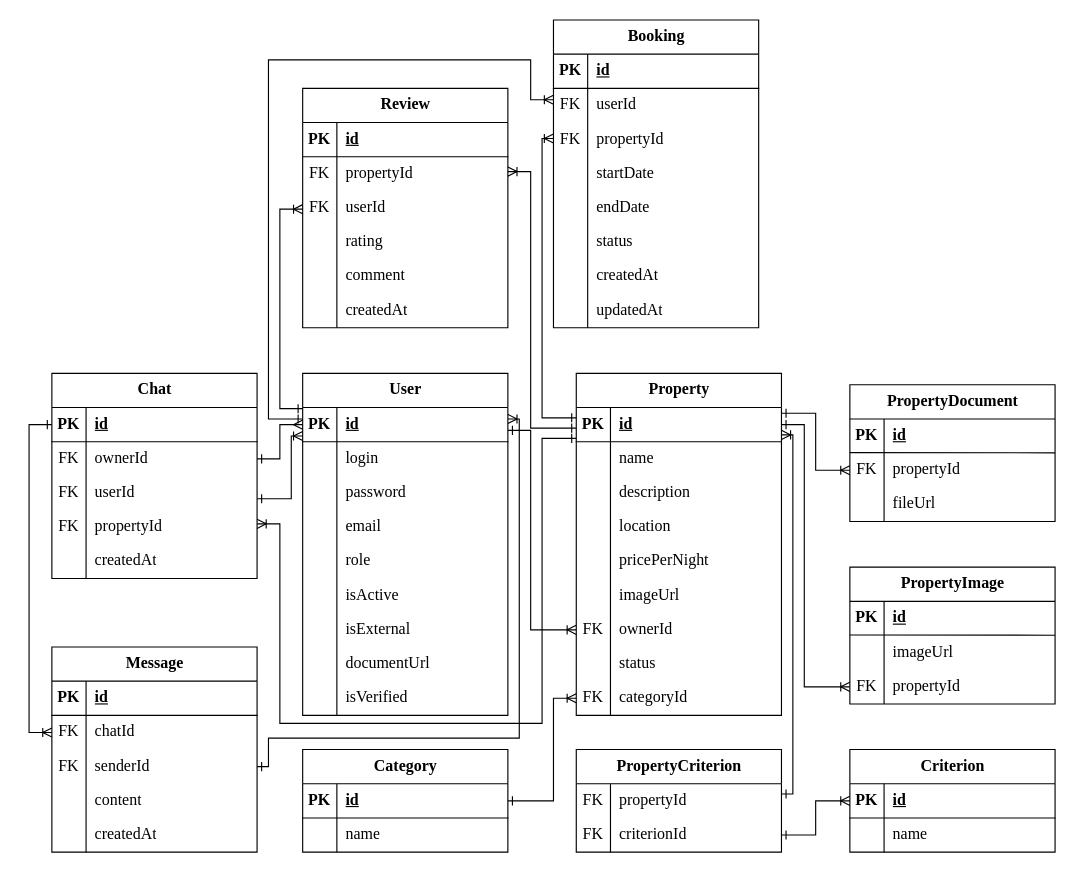
The draw.io diagram KURSACH/бд.drawio in Slnpa/Diplom, before the edit. Source tidied: cells renumbered, new cells numbered last; positions are measured from the earlier drawing's top-left corner, leaving out a move shared by most shapes. Both pictures are drawn from the tidied source at 114%, with x=0, y=0 at pixel (28, 19).
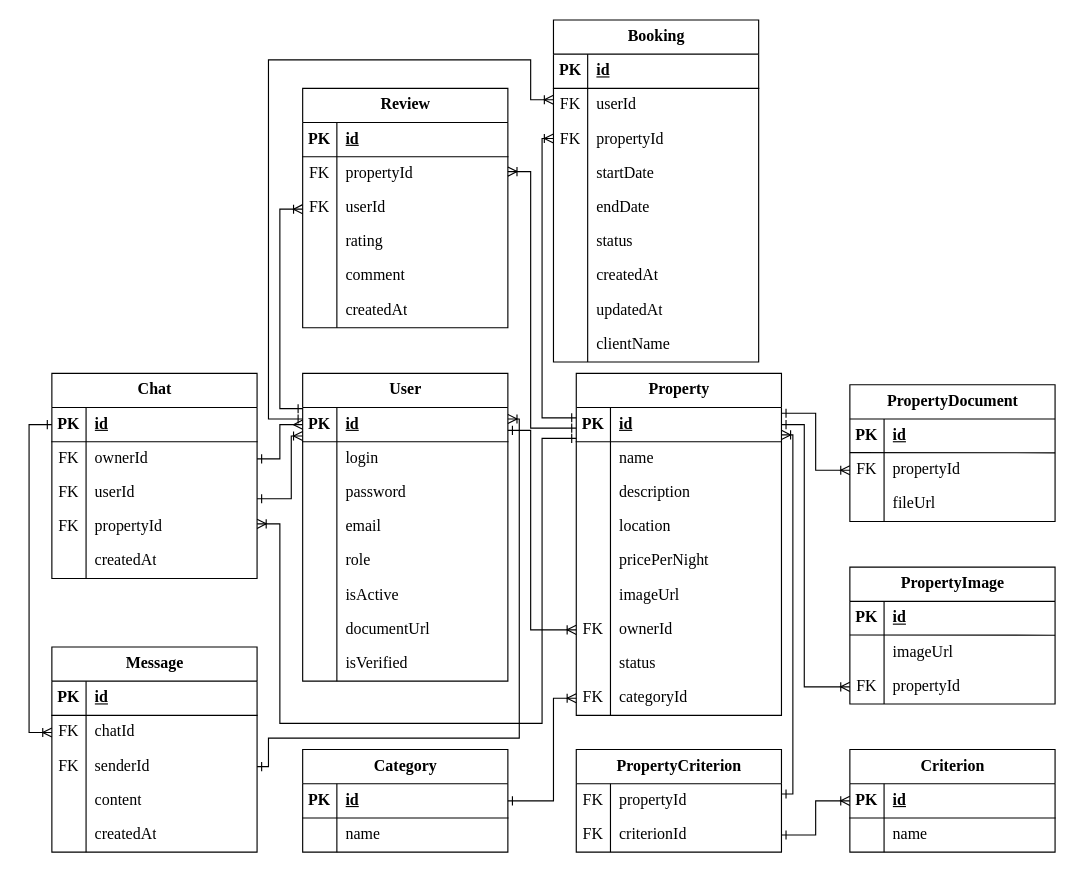
The same diagram, later.

The change refers to these unchanged cells:
```xml
<mxCell id="95" style="shape=tableRow;horizontal=0;startSize=0;swimlaneHead=0;swimlaneBody=0;fillColor=none;top=0;left=0;right=0;bottom=0;strokeColor=default;fontFamily=Times New Roman;fontSize=14;" parent="76" vertex="1">
  <mxGeometry y="210" width="180" height="30" as="geometry" />
</mxCell>
<mxCell id="98" style="shape=tableRow;horizontal=0;startSize=0;swimlaneHead=0;swimlaneBody=0;fillColor=none;top=0;left=0;right=0;bottom=0;strokeColor=default;fontFamily=Times New Roman;fontSize=14;" parent="76" vertex="1">
  <mxGeometry y="240" width="180" height="30" as="geometry" />
</mxCell>
```

Diff of the diagram source:
```diff
@@
     <mxCell id="76" value="User" style="shape=table;startSize=30;childLayout=tableLayout;rowLines=0;fontStyle=1;align=center;html=1;strokeColor=default;fontFamily=Times New Roman;fontSize=14;" parent="1" vertex="1">
-      <mxGeometry x="240" y="310" width="180" height="300" as="geometry" />
+      <mxGeometry x="240" y="310" width="180" height="270" as="geometry" />
     </mxCell>
@@
-    <mxCell id="97" value="isExternal" style="shape=partialRectangle;fillColor=none;top=0;left=0;bottom=0;right=0;align=left;spacingLeft=6;overflow=hidden;whiteSpace=wrap;html=1;strokeColor=default;fontFamily=Times New Roman;fontSize=14;" parent="95" vertex="1">
+    <mxCell id="97" value="documentUrl" style="shape=partialRectangle;fillColor=none;top=0;left=0;bottom=0;right=0;align=left;spacingLeft=6;overflow=hidden;whiteSpace=wrap;html=1;strokeColor=default;fontFamily=Times New Roman;fontSize=14;" parent="95" vertex="1">
       <mxGeometry x="30" width="150" height="30" as="geometry" />
     </mxCell>
@@
-    <mxCell id="100" value="documentUrl" style="shape=partialRectangle;fillColor=none;top=0;left=0;bottom=0;right=0;align=left;spacingLeft=6;overflow=hidden;whiteSpace=wrap;html=1;strokeColor=default;fontFamily=Times New Roman;fontSize=14;" parent="98" vertex="1">
+    <mxCell id="100" value="isVerified" style="shape=partialRectangle;fillColor=none;top=0;left=0;bottom=0;right=0;align=left;spacingLeft=6;overflow=hidden;whiteSpace=wrap;html=1;strokeColor=default;fontFamily=Times New Roman;fontSize=14;" parent="98" vertex="1">
       <mxGeometry x="30" width="150" height="30" as="geometry" />
     </mxCell>
-    <mxCell id="101" style="shape=tableRow;horizontal=0;startSize=0;swimlaneHead=0;swimlaneBody=0;fillColor=none;top=0;left=0;right=0;bottom=0;strokeColor=default;fontFamily=Times New Roman;fontSize=14;" parent="76" vertex="1">
-      <mxGeometry y="270" width="180" height="30" as="geometry" />
-    </mxCell>
-    <mxCell id="102" style="shape=partialRectangle;fillColor=none;top=0;left=0;bottom=0;right=0;overflow=hidden;whiteSpace=wrap;html=1;strokeColor=default;fontFamily=Times New Roman;fontSize=14;" parent="101" vertex="1">
-      <mxGeometry width="30" height="30" as="geometry" />
-    </mxCell>
-    <mxCell id="103" value="isVerified" style="shape=partialRectangle;fillColor=none;top=0;left=0;bottom=0;right=0;align=left;spacingLeft=6;overflow=hidden;whiteSpace=wrap;html=1;strokeColor=default;fontFamily=Times New Roman;fontSize=14;" parent="101" vertex="1">
-      <mxGeometry x="30" width="150" height="30" as="geometry" />
-    </mxCell>
     <mxCell id="104" value="Booking" style="shape=table;startSize=30;childLayout=tableLayout;rowLines=0;fontStyle=1;align=center;html=1;strokeColor=default;fontFamily=Times New Roman;fontSize=14;" parent="1" vertex="1">
-      <mxGeometry x="460" width="180" height="270" as="geometry" />
+      <mxGeometry x="460" width="180" height="300" as="geometry" />
     </mxCell>
@@
+    <mxCell id="101" style="shape=tableRow;horizontal=0;startSize=0;swimlaneHead=0;swimlaneBody=0;fillColor=none;top=0;left=0;right=0;bottom=0;strokeColor=default;fontFamily=Times New Roman;fontSize=14;" parent="104" vertex="1">
+      <mxGeometry y="270" width="180" height="30" as="geometry" />
+    </mxCell>
+    <mxCell id="102" style="shape=partialRectangle;fillColor=none;top=0;left=0;bottom=0;right=0;overflow=hidden;whiteSpace=wrap;html=1;strokeColor=default;fontFamily=Times New Roman;fontSize=14;" parent="101" vertex="1">
+      <mxGeometry width="30" height="30" as="geometry" />
+    </mxCell>
+    <mxCell id="192" value="clientName" style="shape=partialRectangle;fillColor=none;top=0;left=0;bottom=0;right=0;align=left;spacingLeft=6;overflow=hidden;whiteSpace=wrap;html=1;strokeColor=default;fontFamily=Times New Roman;fontSize=14;" parent="101" vertex="1">
+      <mxGeometry x="30" width="150" height="30" as="geometry" />
+    </mxCell>
```
